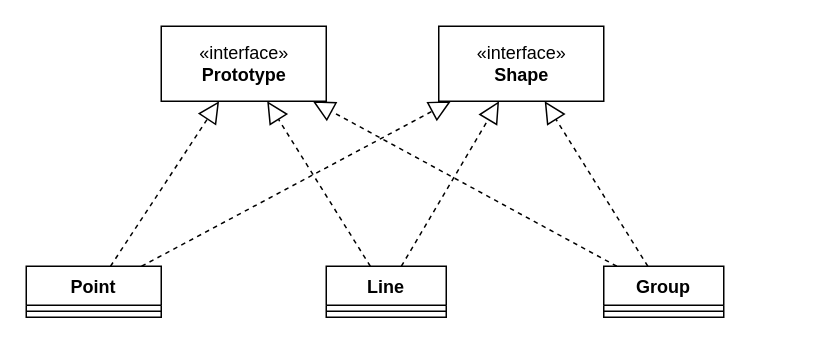
Earlier version of the draw.io diagram Prototype.drawio (wansook0316/DesignPattern-05-Prototype). Source tidied: cells renumbered, new cells numbered last; positions are measured from the earlier drawing's top-left corner, leaving out a move shared by most shapes. Both pictures are drawn from the tidied source at 150%, with x=0, y=0 at pixel (26, 26).
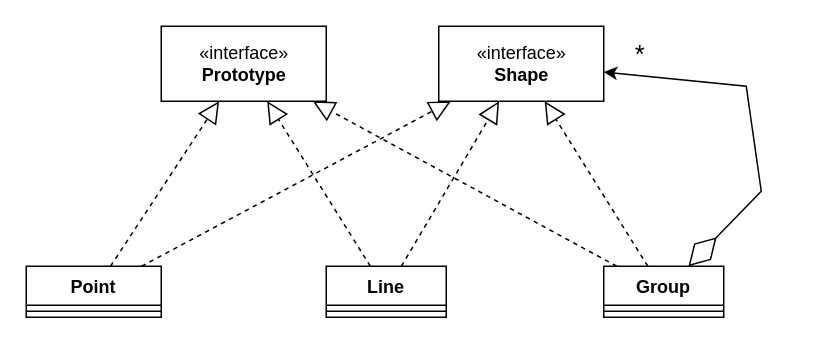
The same diagram, later.

Unchanged cells that the change refers to:
```xml
<mxCell id="3" value="«interface»&lt;br&gt;&lt;b&gt;Shape&lt;/b&gt;" style="html=1;" parent="1" vertex="1">
  <mxGeometry x="275" width="110" height="50" as="geometry" />
</mxCell>
<mxCell id="8" value="Group" style="swimlane;fontStyle=1;align=center;verticalAlign=top;horizontal=1;startSize=26;" parent="1" vertex="1">
  <mxGeometry x="385" y="160" width="80" height="34" as="geometry" />
</mxCell>
```

Change to the diagram source:
```diff
@@
+    <mxCell id="16" style="endArrow=diamondThin;endFill=0;endSize=24;html=1;rounded=0;startArrow=classic;startFill=1;" parent="1" edge="1" source="3" target="8">
+      <mxGeometry relative="1" as="geometry">
+        <Array as="points">
+          <mxPoint x="480" y="40" />
+          <mxPoint x="490" y="110" />
+        </Array>
+      </mxGeometry>
+    </mxCell>
+    <mxCell id="17" value="&lt;font style=&quot;font-size: 17px;&quot;&gt;*&lt;/font&gt;" style="edgeLabel;html=1;align=center;verticalAlign=middle;" parent="16" vertex="1">
+      <mxGeometry x="-0.8" y="-1" relative="1" as="geometry">
+        <mxPoint y="-14" as="offset" />
+      </mxGeometry>
+    </mxCell>
```
